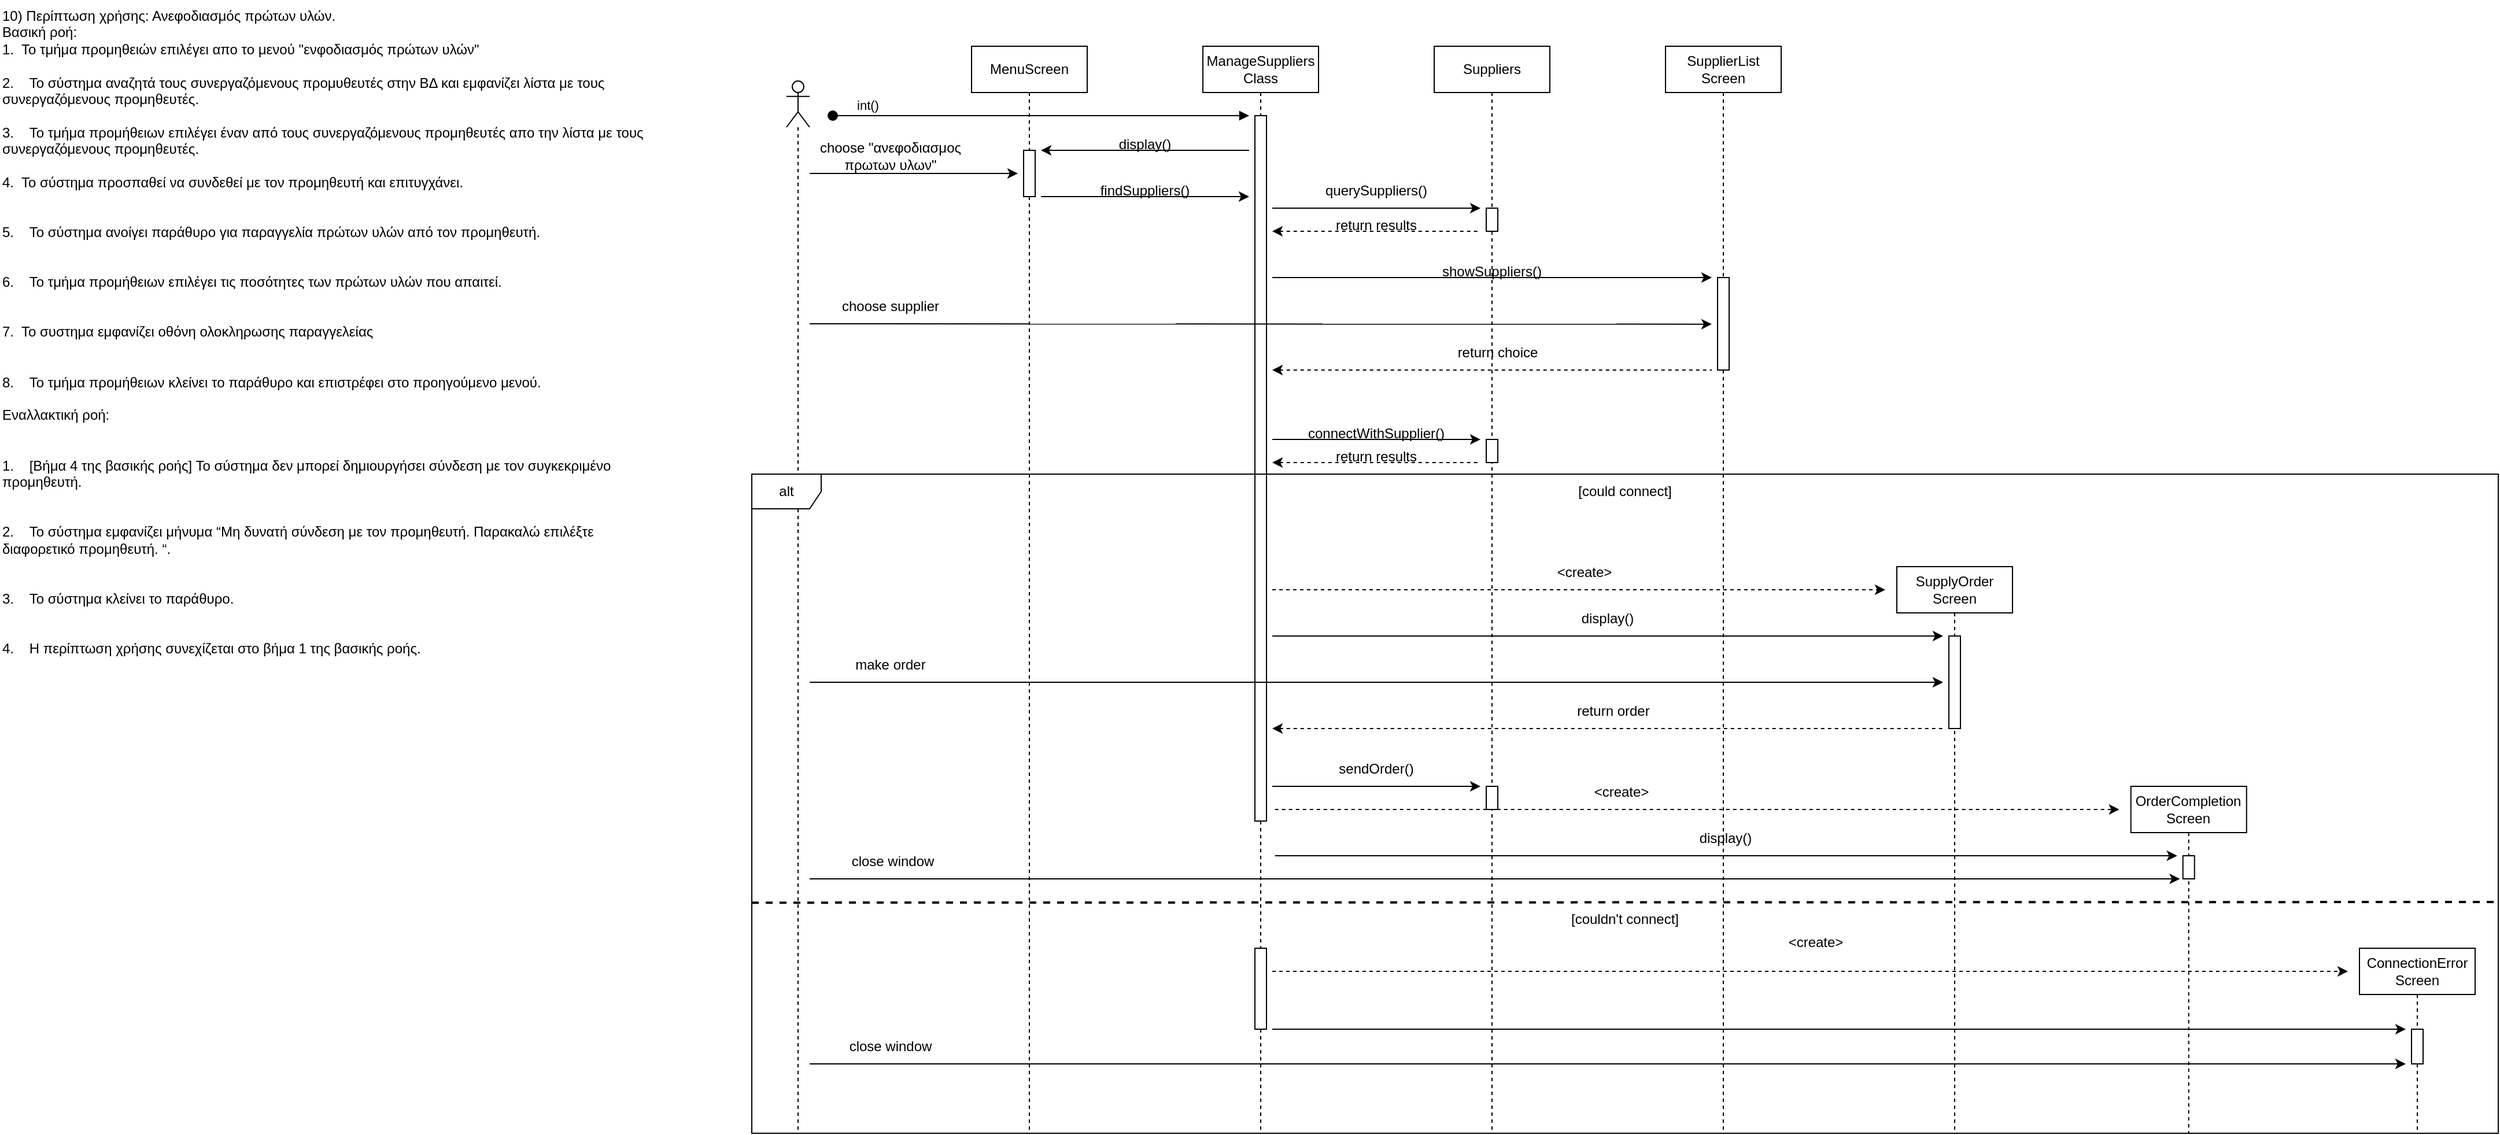
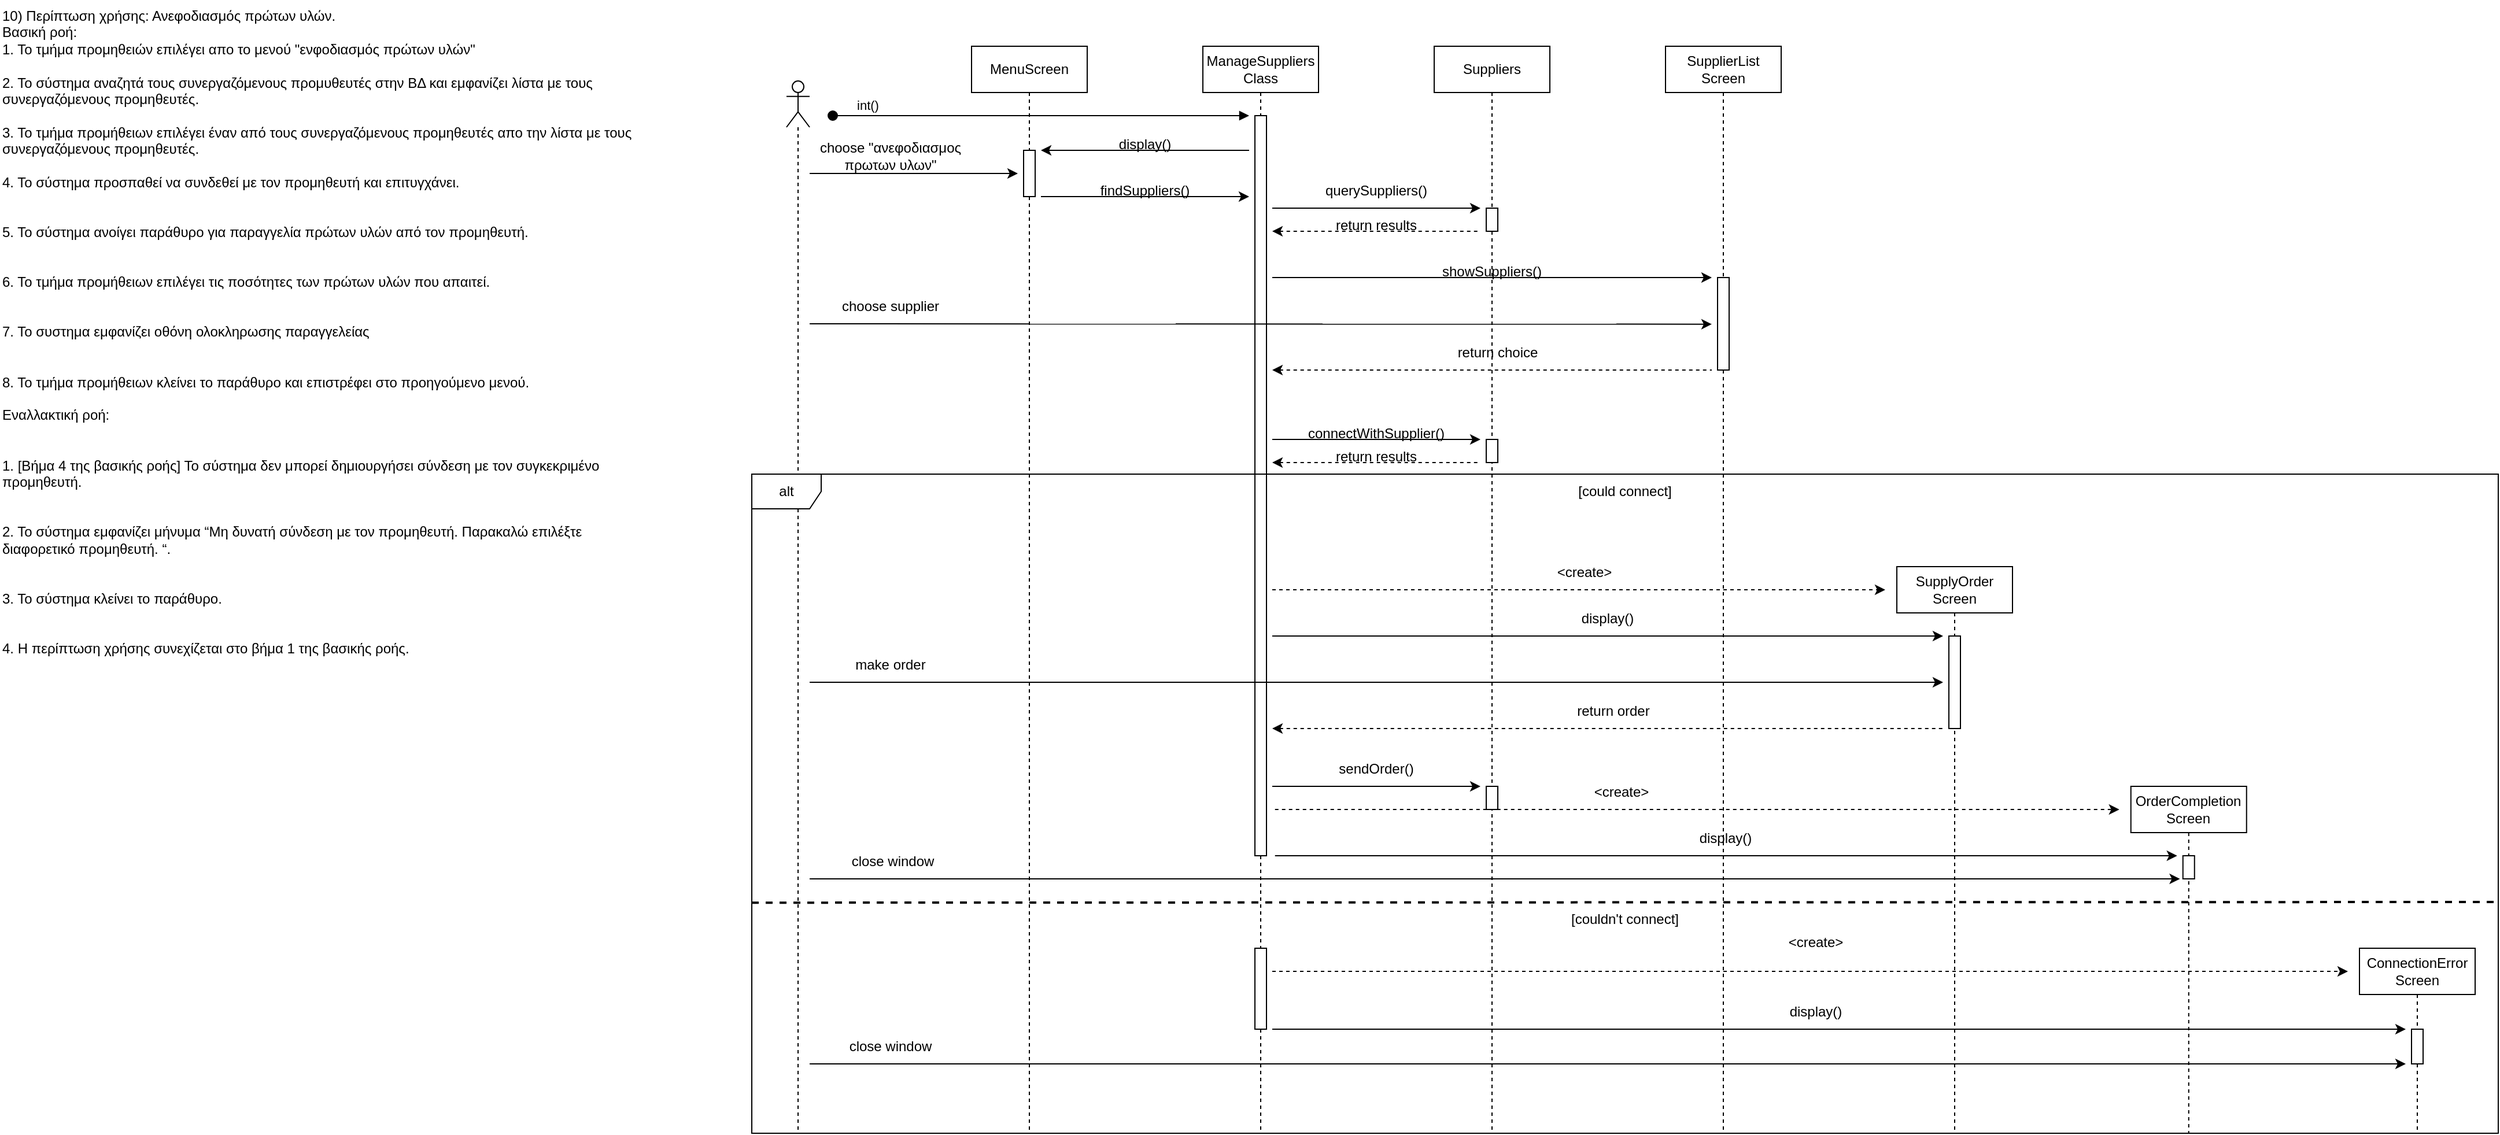
<mxfile host="Electron">
  <diagram name="Page-1" id="ynugujZIawzogecmN2KF">
-     <mxGraphModel dx="2264" dy="841" grid="1" gridSize="10" guides="1" tooltips="1" connect="1" arrows="1" fold="1" page="1" pageScale="1" pageWidth="850" pageHeight="1100" math="0" shadow="0">
+     <mxGraphModel dx="1765" dy="773" grid="1" gridSize="10" guides="1" tooltips="1" connect="1" arrows="1" fold="1" page="1" pageScale="1" pageWidth="850" pageHeight="1100" math="0" shadow="0">
      <root>
        <mxCell id="0" />
        <mxCell id="1" parent="0" />
-         <mxCell id="HVNQHJheMAaKemnErGm2-1" parent="1" style="text;whiteSpace=wrap;fontStyle=0" value="10) Περίπτωση χρήσης: Ανεφοδιασμός πρώτων υλών.&#xa;Βασική ροή:&#xa;1.  Το τμήμα προμηθειών επιλέγει απο το μενού &quot;ενφοδιασμός πρώτων υλών&quot;&#xa;&#xa;2.    Το σύστημα αναζητά τους συνεργαζόμενους προμυθευτές στην ΒΔ και εμφανίζει λίστα με τους συνεργαζόμενους προμηθευτές.&#xa;&#xa;3.    Το τμήμα προμήθειων επιλέγει έναν από τους συνεργαζόμενους προμηθευτές απο την λίστα με τους συνεργαζόμενους προμηθευτές.&#xa;&#xa;4.  Το σύστημα προσπαθεί να συνδεθεί με τον προμηθευτή και επιτυγχάνει.&#xa;&#xa;&#xa;5.    Το σύστημα ανοίγει παράθυρο για παραγγελία πρώτων υλών από τον προμηθευτή.&#xa;&#xa;&#xa;6.    Το τμήμα προμήθειων επιλέγει τις ποσότητες των πρώτων υλών που απαιτεί.&#xa;&#xa;&#xa;7.  Το συστημα εμφανίζει οθόνη ολοκληρωσης παραγγελείας&#xa;&#xa;&#xa;8.    Το τμήμα προμήθειων κλείνει το παράθυρο και επιστρέφει στο προηγούμενο μενού.&#xa;&#xa;Εναλλακτική ροή:&#xa;&#xa;&#xa;1.    [Βήμα 4 της βασικής ροής] Το σύστημα δεν μπορεί δημιουργήσει σύνδεση με τον συγκεκριμένο προμηθευτή.&#xa;&#xa;&#xa;2.    Το σύστημα εμφανίζει μήνυμα “Μη δυνατή σύνδεση με τον προμηθευτή. Παρακαλώ επιλέξτε διαφορετικό προμηθευτή. “.&#xa;&#xa;&#xa;3.    Το σύστημα κλείνει το παράθυρο.&#xa;&#xa;&#xa;4.    Η περίπτωση χρήσης συνεχίζεται στο βήμα 1 της βασικής ροής." vertex="1">
+         <mxCell id="HVNQHJheMAaKemnErGm2-1" parent="1" style="text;whiteSpace=wrap;fontStyle=0" value="10) Περίπτωση χρήσης: Ανεφοδιασμός πρώτων υλών.&#xa;Βασική ροή:&#xa;1.  Το τμήμα προμηθειών επιλέγει απο το μενού &quot;ενφοδιασμός πρώτων υλών&quot;&#xa;&#xa;2.    Το σύστημα αναζητά τους συνεργαζόμενους προμυθευτές στην ΒΔ και εμφανίζει λίστα με τους συνεργαζόμενους προμηθευτές.&#xa;&#xa;3.    Το τμήμα προμήθειων επιλέγει έναν από τους συνεργαζόμενους προμηθευτές απο την λίστα με τους συνεργαζόμενους προμηθευτές.&#xa;&#xa;4.  Το σύστημα προσπαθεί να συνδεθεί με τον προμηθευτή και επιτυγχάνει.&#xa;&#xa;&#xa;5.    Το σύστημα ανοίγει παράθυρο για παραγγελία πρώτων υλών από τον προμηθευτή.&#xa;&#xa;&#xa;6.    Το τμήμα προμήθειων επιλέγει τις ποσότητες των πρώτων υλών που απαιτεί.&#xa;&#xa;&#xa;7.  Το συστημα εμφανίζει οθόνη ολοκληρωσης παραγγελείας&#xa;&#xa;&#xa;8.    Το τμήμα προμήθειων κλείνει το παράθυρο και επιστρέφει στο προηγούμενο μενού.&#xa;&#xa;Εναλλακτική ροή:&#xa;&#xa;&#xa;1.    [Βήμα 4 της βασικής ροής] Το σύστημα δεν μπορεί δημιουργήσει σύνδεση με τον συγκεκριμένο προμηθευτή.&#xa;&#xa;&#xa;2.    Το σύστημα εμφανίζει μήνυμα “Μη δυνατή σύνδεση με τον προμηθευτή. Παρακαλώ επιλέξτε διαφορετικό προμηθευτή. “.&#xa;&#xa;&#xa;3.    Το σύστημα κλείνει το παράθυρο.&#xa;&#xa;&#xa;4.    Η περίπτωση χρήσης συνεχίζεται στο βήμα 1 της βασικής ροής." vertex="1">
          <mxGeometry height="580" width="560" x="-850" as="geometry" />
        </mxCell>
        <mxCell id="HVNQHJheMAaKemnErGm2-3" parent="1" style="shape=umlLifeline;perimeter=lifelinePerimeter;whiteSpace=wrap;html=1;container=1;dropTarget=0;collapsible=0;recursiveResize=0;outlineConnect=0;portConstraint=eastwest;newEdgeStyle={&quot;curved&quot;:0,&quot;rounded&quot;:0};participant=umlActor;" value="" vertex="1">
          <mxGeometry height="910" width="20" x="-170" y="70" as="geometry" />
        </mxCell>
        <mxCell id="HVNQHJheMAaKemnErGm2-4" parent="1" style="shape=umlLifeline;perimeter=lifelinePerimeter;whiteSpace=wrap;html=1;container=1;dropTarget=0;collapsible=0;recursiveResize=0;outlineConnect=0;portConstraint=eastwest;newEdgeStyle={&quot;curved&quot;:0,&quot;rounded&quot;:0};" value="MenuScreen" vertex="1">
          <mxGeometry height="940" width="100" x="-10" y="40" as="geometry" />
        </mxCell>
        <mxCell id="HVNQHJheMAaKemnErGm2-12" parent="HVNQHJheMAaKemnErGm2-4" style="html=1;points=[[0,0,0,0,5],[0,1,0,0,-5],[1,0,0,0,5],[1,1,0,0,-5]];perimeter=orthogonalPerimeter;outlineConnect=0;targetShapes=umlLifeline;portConstraint=eastwest;newEdgeStyle={&quot;curved&quot;:0,&quot;rounded&quot;:0};" value="" vertex="1">
          <mxGeometry height="40" width="10" x="45" y="90" as="geometry" />
        </mxCell>
        <mxCell id="HVNQHJheMAaKemnErGm2-5" parent="1" style="shape=umlLifeline;perimeter=lifelinePerimeter;whiteSpace=wrap;html=1;container=1;dropTarget=0;collapsible=0;recursiveResize=0;outlineConnect=0;portConstraint=eastwest;newEdgeStyle={&quot;curved&quot;:0,&quot;rounded&quot;:0};" value="Suppliers" vertex="1">
          <mxGeometry height="940" width="100" x="390" y="40" as="geometry" />
        </mxCell>
        <mxCell id="HVNQHJheMAaKemnErGm2-21" parent="HVNQHJheMAaKemnErGm2-5" style="html=1;points=[[0,0,0,0,5],[0,1,0,0,-5],[1,0,0,0,5],[1,1,0,0,-5]];perimeter=orthogonalPerimeter;outlineConnect=0;targetShapes=umlLifeline;portConstraint=eastwest;newEdgeStyle={&quot;curved&quot;:0,&quot;rounded&quot;:0};" value="" vertex="1">
          <mxGeometry height="20" width="10" x="45" y="140" as="geometry" />
        </mxCell>
        <mxCell id="HVNQHJheMAaKemnErGm2-33" parent="HVNQHJheMAaKemnErGm2-5" style="html=1;points=[[0,0,0,0,5],[0,1,0,0,-5],[1,0,0,0,5],[1,1,0,0,-5]];perimeter=orthogonalPerimeter;outlineConnect=0;targetShapes=umlLifeline;portConstraint=eastwest;newEdgeStyle={&quot;curved&quot;:0,&quot;rounded&quot;:0};" value="" vertex="1">
          <mxGeometry height="20" width="10" x="45" y="340" as="geometry" />
        </mxCell>
        <mxCell id="HVNQHJheMAaKemnErGm2-68" edge="1" parent="HVNQHJheMAaKemnErGm2-5" style="edgeStyle=none;orthogonalLoop=1;jettySize=auto;html=1;rounded=0;" value="">
          <mxGeometry relative="1" width="100" as="geometry">
            <Array as="points" />
            <mxPoint x="-140" y="640" as="sourcePoint" />
            <mxPoint x="40" y="640" as="targetPoint" />
          </mxGeometry>
        </mxCell>
        <mxCell id="HVNQHJheMAaKemnErGm2-67" parent="HVNQHJheMAaKemnErGm2-5" style="html=1;points=[[0,0,0,0,5],[0,1,0,0,-5],[1,0,0,0,5],[1,1,0,0,-5]];perimeter=orthogonalPerimeter;outlineConnect=0;targetShapes=umlLifeline;portConstraint=eastwest;newEdgeStyle={&quot;curved&quot;:0,&quot;rounded&quot;:0};" value="" vertex="1">
          <mxGeometry height="20" width="10" x="45" y="640" as="geometry" />
        </mxCell>
        <mxCell id="HVNQHJheMAaKemnErGm2-6" parent="1" style="shape=umlLifeline;perimeter=lifelinePerimeter;whiteSpace=wrap;html=1;container=1;dropTarget=0;collapsible=0;recursiveResize=0;outlineConnect=0;portConstraint=eastwest;newEdgeStyle={&quot;curved&quot;:0,&quot;rounded&quot;:0};" value="SupplyOrder Screen" vertex="1">
          <mxGeometry height="490" width="100" x="790" y="490" as="geometry" />
        </mxCell>
        <mxCell id="HVNQHJheMAaKemnErGm2-40" parent="HVNQHJheMAaKemnErGm2-6" style="html=1;points=[[0,0,0,0,5],[0,1,0,0,-5],[1,0,0,0,5],[1,1,0,0,-5]];perimeter=orthogonalPerimeter;outlineConnect=0;targetShapes=umlLifeline;portConstraint=eastwest;newEdgeStyle={&quot;curved&quot;:0,&quot;rounded&quot;:0};" value="" vertex="1">
          <mxGeometry height="80" width="10" x="45" y="60" as="geometry" />
        </mxCell>
        <mxCell id="HVNQHJheMAaKemnErGm2-7" parent="1" style="shape=umlLifeline;perimeter=lifelinePerimeter;whiteSpace=wrap;html=1;container=1;dropTarget=0;collapsible=0;recursiveResize=0;outlineConnect=0;portConstraint=eastwest;newEdgeStyle={&quot;curved&quot;:0,&quot;rounded&quot;:0};" value="SupplierList Screen" vertex="1">
          <mxGeometry height="940" width="100" x="590" y="40" as="geometry" />
        </mxCell>
        <mxCell id="HVNQHJheMAaKemnErGm2-25" parent="HVNQHJheMAaKemnErGm2-7" style="html=1;points=[[0,0,0,0,5],[0,1,0,0,-5],[1,0,0,0,5],[1,1,0,0,-5]];perimeter=orthogonalPerimeter;outlineConnect=0;targetShapes=umlLifeline;portConstraint=eastwest;newEdgeStyle={&quot;curved&quot;:0,&quot;rounded&quot;:0};" value="" vertex="1">
          <mxGeometry height="80" width="10" x="45" y="200" as="geometry" />
        </mxCell>
        <mxCell id="HVNQHJheMAaKemnErGm2-8" parent="1" style="shape=umlLifeline;perimeter=lifelinePerimeter;whiteSpace=wrap;html=1;container=1;dropTarget=0;collapsible=0;recursiveResize=0;outlineConnect=0;portConstraint=eastwest;newEdgeStyle={&quot;curved&quot;:0,&quot;rounded&quot;:0};" value="OrderCompletion Screen" vertex="1">
          <mxGeometry height="300" width="100" x="992.37" y="680" as="geometry" />
        </mxCell>
        <mxCell id="HVNQHJheMAaKemnErGm2-51" parent="HVNQHJheMAaKemnErGm2-8" style="html=1;points=[[0,0,0,0,5],[0,1,0,0,-5],[1,0,0,0,5],[1,1,0,0,-5]];perimeter=orthogonalPerimeter;outlineConnect=0;targetShapes=umlLifeline;portConstraint=eastwest;newEdgeStyle={&quot;curved&quot;:0,&quot;rounded&quot;:0};" value="" vertex="1">
          <mxGeometry height="20" width="10" x="45" y="60" as="geometry" />
        </mxCell>
        <mxCell id="HVNQHJheMAaKemnErGm2-9" parent="1" style="shape=umlLifeline;perimeter=lifelinePerimeter;whiteSpace=wrap;html=1;container=1;dropTarget=0;collapsible=0;recursiveResize=0;outlineConnect=0;portConstraint=eastwest;newEdgeStyle={&quot;curved&quot;:0,&quot;rounded&quot;:0};" value="ManageSuppliers Class" vertex="1">
          <mxGeometry height="940" width="100" x="190" y="40" as="geometry" />
        </mxCell>
        <mxCell id="HVNQHJheMAaKemnErGm2-10" parent="HVNQHJheMAaKemnErGm2-9" style="html=1;points=[[0,0,0,0,5],[0,1,0,0,-5],[1,0,0,0,5],[1,1,0,0,-5]];perimeter=orthogonalPerimeter;outlineConnect=0;targetShapes=umlLifeline;portConstraint=eastwest;newEdgeStyle={&quot;curved&quot;:0,&quot;rounded&quot;:0};" value="" vertex="1">
-           <mxGeometry height="610" width="10" x="45" y="60" as="geometry" />
+           <mxGeometry height="640" width="10" x="45" y="60" as="geometry" />
        </mxCell>
        <mxCell id="HVNQHJheMAaKemnErGm2-11" edge="1" parent="1" style="html=1;verticalAlign=bottom;startArrow=oval;startFill=1;endArrow=block;startSize=8;curved=0;rounded=0;" value="int()">
          <mxGeometry relative="1" width="60" x="-0.8333" as="geometry">
            <mxPoint as="offset" />
            <mxPoint x="-130" y="100" as="sourcePoint" />
            <mxPoint x="230" y="100" as="targetPoint" />
          </mxGeometry>
        </mxCell>
        <mxCell id="HVNQHJheMAaKemnErGm2-13" edge="1" parent="1" style="edgeStyle=none;orthogonalLoop=1;jettySize=auto;html=1;rounded=0;startArrow=classic;startFill=1;endArrow=none;endFill=0;" value="">
          <mxGeometry relative="1" width="100" as="geometry">
            <Array as="points" />
            <mxPoint x="50" y="130" as="sourcePoint" />
            <mxPoint x="230" y="130" as="targetPoint" />
          </mxGeometry>
        </mxCell>
        <mxCell id="HVNQHJheMAaKemnErGm2-14" parent="1" style="text;html=1;whiteSpace=wrap;strokeColor=none;fillColor=none;align=center;verticalAlign=middle;rounded=0;" value="display()" vertex="1">
          <mxGeometry height="30" width="60" x="110" y="110" as="geometry" />
        </mxCell>
        <mxCell id="HVNQHJheMAaKemnErGm2-15" edge="1" parent="1" style="edgeStyle=none;orthogonalLoop=1;jettySize=auto;html=1;rounded=0;" value="">
          <mxGeometry relative="1" width="100" as="geometry">
            <Array as="points" />
            <mxPoint x="-150" y="150" as="sourcePoint" />
            <mxPoint x="30" y="150" as="targetPoint" />
          </mxGeometry>
        </mxCell>
        <mxCell id="HVNQHJheMAaKemnErGm2-16" parent="1" style="text;html=1;whiteSpace=wrap;strokeColor=none;fillColor=none;align=center;verticalAlign=middle;rounded=0;" value="choose &quot;ανεφοδιασμος πρωτων υλων&quot;" vertex="1">
          <mxGeometry height="30" width="130" x="-145" y="120" as="geometry" />
        </mxCell>
        <mxCell id="HVNQHJheMAaKemnErGm2-17" edge="1" parent="1" style="edgeStyle=none;orthogonalLoop=1;jettySize=auto;html=1;rounded=0;" value="">
          <mxGeometry relative="1" width="100" as="geometry">
            <Array as="points" />
            <mxPoint x="50" y="170" as="sourcePoint" />
            <mxPoint x="230" y="170" as="targetPoint" />
          </mxGeometry>
        </mxCell>
        <mxCell id="HVNQHJheMAaKemnErGm2-18" parent="1" style="text;html=1;whiteSpace=wrap;strokeColor=none;fillColor=none;align=center;verticalAlign=middle;rounded=0;" value="findSuppliers()" vertex="1">
          <mxGeometry height="30" width="60" x="110" y="150" as="geometry" />
        </mxCell>
        <mxCell id="HVNQHJheMAaKemnErGm2-19" edge="1" parent="1" style="edgeStyle=none;orthogonalLoop=1;jettySize=auto;html=1;rounded=0;" value="">
          <mxGeometry relative="1" width="100" as="geometry">
            <Array as="points" />
            <mxPoint x="250" y="180" as="sourcePoint" />
            <mxPoint x="430" y="180" as="targetPoint" />
          </mxGeometry>
        </mxCell>
        <mxCell id="HVNQHJheMAaKemnErGm2-20" parent="1" style="text;html=1;whiteSpace=wrap;strokeColor=none;fillColor=none;align=center;verticalAlign=middle;rounded=0;" value="querySuppliers()" vertex="1">
          <mxGeometry height="30" width="60" x="310" y="150" as="geometry" />
        </mxCell>
        <mxCell id="HVNQHJheMAaKemnErGm2-22" edge="1" parent="1" style="edgeStyle=none;orthogonalLoop=1;jettySize=auto;html=1;rounded=0;startArrow=classic;startFill=1;endArrow=none;endFill=0;dashed=1;" value="">
          <mxGeometry relative="1" width="100" as="geometry">
            <Array as="points" />
            <mxPoint x="250" y="200" as="sourcePoint" />
            <mxPoint x="430" y="200" as="targetPoint" />
          </mxGeometry>
        </mxCell>
        <mxCell id="HVNQHJheMAaKemnErGm2-23" parent="1" style="text;html=1;whiteSpace=wrap;strokeColor=none;fillColor=none;align=center;verticalAlign=middle;rounded=0;" value="return results" vertex="1">
          <mxGeometry height="30" width="80" x="300" y="180" as="geometry" />
        </mxCell>
        <mxCell id="HVNQHJheMAaKemnErGm2-24" edge="1" parent="1" style="edgeStyle=none;orthogonalLoop=1;jettySize=auto;html=1;rounded=0;" value="">
          <mxGeometry relative="1" width="100" as="geometry">
            <Array as="points" />
            <mxPoint x="250" y="240" as="sourcePoint" />
            <mxPoint x="630" y="240" as="targetPoint" />
          </mxGeometry>
        </mxCell>
        <mxCell id="HVNQHJheMAaKemnErGm2-27" parent="1" style="text;html=1;whiteSpace=wrap;strokeColor=none;fillColor=none;align=center;verticalAlign=middle;rounded=0;" value="showSuppliers()" vertex="1">
          <mxGeometry height="30" width="60" x="410" y="220" as="geometry" />
        </mxCell>
        <mxCell id="HVNQHJheMAaKemnErGm2-28" edge="1" parent="1" style="edgeStyle=none;orthogonalLoop=1;jettySize=auto;html=1;rounded=0;" value="">
          <mxGeometry relative="1" width="100" as="geometry">
            <Array as="points" />
            <mxPoint x="-150" y="280" as="sourcePoint" />
            <mxPoint x="630" y="280.34" as="targetPoint" />
          </mxGeometry>
        </mxCell>
        <mxCell id="HVNQHJheMAaKemnErGm2-29" parent="1" style="text;html=1;whiteSpace=wrap;strokeColor=none;fillColor=none;align=center;verticalAlign=middle;rounded=0;" value="choose supplier" vertex="1">
          <mxGeometry height="30" width="100" x="-130" y="250" as="geometry" />
        </mxCell>
        <mxCell id="HVNQHJheMAaKemnErGm2-30" edge="1" parent="1" style="edgeStyle=none;orthogonalLoop=1;jettySize=auto;html=1;rounded=0;startArrow=classic;startFill=1;endArrow=none;endFill=0;dashed=1;" value="">
          <mxGeometry relative="1" width="100" as="geometry">
            <Array as="points" />
            <mxPoint x="250" y="320" as="sourcePoint" />
            <mxPoint x="630" y="320" as="targetPoint" />
          </mxGeometry>
        </mxCell>
        <mxCell id="HVNQHJheMAaKemnErGm2-31" parent="1" style="text;html=1;whiteSpace=wrap;strokeColor=none;fillColor=none;align=center;verticalAlign=middle;rounded=0;" value="return choice" vertex="1">
          <mxGeometry height="30" width="90" x="400" y="290" as="geometry" />
        </mxCell>
        <mxCell id="HVNQHJheMAaKemnErGm2-32" edge="1" parent="1" style="edgeStyle=none;orthogonalLoop=1;jettySize=auto;html=1;rounded=0;startArrow=none;startFill=0;endArrow=classic;endFill=1;" value="">
          <mxGeometry relative="1" width="100" as="geometry">
            <Array as="points" />
            <mxPoint x="250" y="380" as="sourcePoint" />
            <mxPoint x="430" y="380" as="targetPoint" />
          </mxGeometry>
        </mxCell>
        <mxCell id="HVNQHJheMAaKemnErGm2-34" parent="1" style="text;html=1;whiteSpace=wrap;strokeColor=none;fillColor=none;align=center;verticalAlign=middle;rounded=0;" value="connectWithSupplier()" vertex="1">
          <mxGeometry height="30" width="60" x="310" y="360" as="geometry" />
        </mxCell>
        <mxCell id="HVNQHJheMAaKemnErGm2-35" edge="1" parent="1" style="edgeStyle=none;orthogonalLoop=1;jettySize=auto;html=1;rounded=0;startArrow=classic;startFill=1;endArrow=none;endFill=0;dashed=1;" value="">
          <mxGeometry relative="1" width="100" as="geometry">
            <Array as="points" />
            <mxPoint x="250" y="400" as="sourcePoint" />
            <mxPoint x="430" y="400" as="targetPoint" />
          </mxGeometry>
        </mxCell>
        <mxCell id="HVNQHJheMAaKemnErGm2-36" parent="1" style="text;html=1;whiteSpace=wrap;strokeColor=none;fillColor=none;align=center;verticalAlign=middle;rounded=0;" value="return results" vertex="1">
          <mxGeometry height="30" width="80" x="300" y="380" as="geometry" />
        </mxCell>
        <mxCell id="HVNQHJheMAaKemnErGm2-37" edge="1" parent="1" style="edgeStyle=none;orthogonalLoop=1;jettySize=auto;html=1;rounded=0;dashed=1;" value="">
          <mxGeometry relative="1" width="100" as="geometry">
            <Array as="points" />
            <mxPoint x="250" y="510" as="sourcePoint" />
            <mxPoint x="780" y="510" as="targetPoint" />
          </mxGeometry>
        </mxCell>
        <mxCell id="HVNQHJheMAaKemnErGm2-38" parent="1" style="text;html=1;whiteSpace=wrap;strokeColor=none;fillColor=none;align=center;verticalAlign=middle;rounded=0;" value="&amp;lt;create&amp;gt;" vertex="1">
          <mxGeometry height="30" width="60" x="490" y="480" as="geometry" />
        </mxCell>
        <mxCell id="HVNQHJheMAaKemnErGm2-39" edge="1" parent="1" style="edgeStyle=none;orthogonalLoop=1;jettySize=auto;html=1;rounded=0;" value="">
          <mxGeometry relative="1" width="100" as="geometry">
            <Array as="points" />
            <mxPoint x="250" y="550" as="sourcePoint" />
            <mxPoint x="830" y="550" as="targetPoint" />
          </mxGeometry>
        </mxCell>
        <mxCell id="HVNQHJheMAaKemnErGm2-41" parent="1" style="text;html=1;whiteSpace=wrap;strokeColor=none;fillColor=none;align=center;verticalAlign=middle;rounded=0;" value="display()" vertex="1">
          <mxGeometry height="30" width="60" x="510" y="520" as="geometry" />
        </mxCell>
        <mxCell id="HVNQHJheMAaKemnErGm2-42" edge="1" parent="1" style="edgeStyle=none;orthogonalLoop=1;jettySize=auto;html=1;rounded=0;" value="">
          <mxGeometry relative="1" width="100" as="geometry">
            <Array as="points" />
            <mxPoint x="-150" y="590" as="sourcePoint" />
            <mxPoint x="830" y="590" as="targetPoint" />
          </mxGeometry>
        </mxCell>
        <mxCell id="HVNQHJheMAaKemnErGm2-43" parent="1" style="text;html=1;whiteSpace=wrap;strokeColor=none;fillColor=none;align=center;verticalAlign=middle;rounded=0;" value="make order" vertex="1">
          <mxGeometry height="30" width="70" x="-115" y="560" as="geometry" />
        </mxCell>
        <mxCell id="HVNQHJheMAaKemnErGm2-44" edge="1" parent="1" style="edgeStyle=none;orthogonalLoop=1;jettySize=auto;html=1;rounded=0;startArrow=classic;startFill=1;endArrow=none;endFill=0;dashed=1;" value="">
          <mxGeometry relative="1" width="100" as="geometry">
            <Array as="points" />
            <mxPoint x="250" y="630" as="sourcePoint" />
            <mxPoint x="830" y="630" as="targetPoint" />
          </mxGeometry>
        </mxCell>
        <mxCell id="HVNQHJheMAaKemnErGm2-45" parent="1" style="text;html=1;whiteSpace=wrap;strokeColor=none;fillColor=none;align=center;verticalAlign=middle;rounded=0;" value="return order" vertex="1">
          <mxGeometry height="30" width="70" x="510" y="600" as="geometry" />
        </mxCell>
        <mxCell id="HVNQHJheMAaKemnErGm2-46" edge="1" parent="1" style="edgeStyle=none;orthogonalLoop=1;jettySize=auto;html=1;rounded=0;dashed=1;" value="">
          <mxGeometry relative="1" width="100" as="geometry">
            <Array as="points" />
            <mxPoint x="252.37" y="700" as="sourcePoint" />
            <mxPoint x="982.37" y="700" as="targetPoint" />
          </mxGeometry>
        </mxCell>
        <mxCell id="HVNQHJheMAaKemnErGm2-47" parent="1" style="text;html=1;whiteSpace=wrap;strokeColor=none;fillColor=none;align=center;verticalAlign=middle;rounded=0;" value="&amp;lt;create&amp;gt;" vertex="1">
          <mxGeometry height="30" width="60" x="522.37" y="670" as="geometry" />
        </mxCell>
        <mxCell id="HVNQHJheMAaKemnErGm2-49" edge="1" parent="1" style="edgeStyle=none;orthogonalLoop=1;jettySize=auto;html=1;rounded=0;" value="">
          <mxGeometry relative="1" width="100" as="geometry">
            <Array as="points" />
            <mxPoint x="252.37" y="740" as="sourcePoint" />
            <mxPoint x="1032.37" y="740" as="targetPoint" />
          </mxGeometry>
        </mxCell>
        <mxCell id="HVNQHJheMAaKemnErGm2-50" parent="1" style="text;html=1;whiteSpace=wrap;strokeColor=none;fillColor=none;align=center;verticalAlign=middle;rounded=0;" value="display()" vertex="1">
          <mxGeometry height="30" width="60" x="612.37" y="710" as="geometry" />
        </mxCell>
        <mxCell id="HVNQHJheMAaKemnErGm2-52" edge="1" parent="1" style="edgeStyle=none;orthogonalLoop=1;jettySize=auto;html=1;rounded=0;" value="">
          <mxGeometry relative="1" width="100" as="geometry">
            <Array as="points" />
            <mxPoint x="-150" y="760" as="sourcePoint" />
            <mxPoint x="1034.75" y="760" as="targetPoint" />
          </mxGeometry>
        </mxCell>
        <mxCell id="HVNQHJheMAaKemnErGm2-53" parent="1" style="text;html=1;whiteSpace=wrap;strokeColor=none;fillColor=none;align=center;verticalAlign=middle;rounded=0;" value="close window" vertex="1">
          <mxGeometry height="30" width="80" x="-117.63" y="730" as="geometry" />
        </mxCell>
        <mxCell id="HVNQHJheMAaKemnErGm2-54" edge="1" parent="1" style="edgeStyle=none;orthogonalLoop=1;jettySize=auto;html=1;rounded=0;endArrow=none;endFill=0;dashed=1;strokeWidth=2;entryX=0.998;entryY=0.613;entryDx=0;entryDy=0;entryPerimeter=0;" value="">
          <mxGeometry relative="1" width="100" as="geometry">
            <Array as="points" />
            <mxPoint x="-200" y="780.59" as="sourcePoint" />
            <mxPoint x="1306.9799999999996" y="779.9999999999999" as="targetPoint" />
          </mxGeometry>
        </mxCell>
        <mxCell id="HVNQHJheMAaKemnErGm2-55" parent="1" style="shape=umlFrame;whiteSpace=wrap;html=1;pointerEvents=0;" value="alt" vertex="1">
          <mxGeometry height="570" width="1510" x="-200" y="410" as="geometry" />
        </mxCell>
        <mxCell id="HVNQHJheMAaKemnErGm2-56" parent="1" style="text;html=1;whiteSpace=wrap;strokeColor=none;fillColor=none;align=center;verticalAlign=middle;rounded=0;" value="[could connect]" vertex="1">
          <mxGeometry height="30" width="100" x="505" y="410" as="geometry" />
        </mxCell>
        <mxCell id="HVNQHJheMAaKemnErGm2-57" parent="1" style="text;html=1;whiteSpace=wrap;strokeColor=none;fillColor=none;align=center;verticalAlign=middle;rounded=0;" value="[couldn&#39;t connect]" vertex="1">
          <mxGeometry height="30" width="110" x="500" y="780" as="geometry" />
        </mxCell>
        <mxCell id="HVNQHJheMAaKemnErGm2-58" parent="1" style="html=1;points=[[0,0,0,0,5],[0,1,0,0,-5],[1,0,0,0,5],[1,1,0,0,-5]];perimeter=orthogonalPerimeter;outlineConnect=0;targetShapes=umlLifeline;portConstraint=eastwest;newEdgeStyle={&quot;curved&quot;:0,&quot;rounded&quot;:0};" value="" vertex="1">
          <mxGeometry height="70" width="10" x="235" y="820" as="geometry" />
        </mxCell>
        <mxCell id="HVNQHJheMAaKemnErGm2-59" parent="1" style="shape=umlLifeline;whiteSpace=wrap;html=1;container=1;dropTarget=0;collapsible=0;recursiveResize=0;outlineConnect=0;portConstraint=eastwest;newEdgeStyle={&quot;curved&quot;:0,&quot;rounded&quot;:0};points=[[0,0,0,0,5],[0,1,0,0,-5],[1,0,0,0,5],[1,1,0,0,-5]];perimeter=rectanglePerimeter;targetShapes=umlLifeline;participant=label;" value="ConnectionError Screen" vertex="1">
          <mxGeometry height="160" width="100" x="1190" y="820" as="geometry" />
        </mxCell>
        <mxCell id="HVNQHJheMAaKemnErGm2-63" parent="HVNQHJheMAaKemnErGm2-59" style="html=1;points=[[0,0,0,0,5],[0,1,0,0,-5],[1,0,0,0,5],[1,1,0,0,-5]];perimeter=orthogonalPerimeter;outlineConnect=0;targetShapes=umlLifeline;portConstraint=eastwest;newEdgeStyle={&quot;curved&quot;:0,&quot;rounded&quot;:0};" value="" vertex="1">
          <mxGeometry height="30" width="10" x="45" y="70" as="geometry" />
        </mxCell>
        <mxCell id="HVNQHJheMAaKemnErGm2-60" edge="1" parent="1" style="edgeStyle=none;orthogonalLoop=1;jettySize=auto;html=1;rounded=0;dashed=1;" value="">
          <mxGeometry relative="1" width="100" as="geometry">
            <Array as="points" />
            <mxPoint x="250" y="840" as="sourcePoint" />
            <mxPoint x="1180" y="840" as="targetPoint" />
          </mxGeometry>
        </mxCell>
        <mxCell id="HVNQHJheMAaKemnErGm2-61" parent="1" style="text;html=1;whiteSpace=wrap;strokeColor=none;fillColor=none;align=center;verticalAlign=middle;rounded=0;" value="&amp;lt;create&amp;gt;" vertex="1">
          <mxGeometry height="30" width="60" x="690" y="800" as="geometry" />
        </mxCell>
        <mxCell id="HVNQHJheMAaKemnErGm2-62" edge="1" parent="1" style="edgeStyle=none;orthogonalLoop=1;jettySize=auto;html=1;rounded=0;" value="">
          <mxGeometry relative="1" width="100" as="geometry">
            <Array as="points" />
            <mxPoint x="250" y="890" as="sourcePoint" />
            <mxPoint x="1230" y="890" as="targetPoint" />
          </mxGeometry>
        </mxCell>
        <mxCell id="HVNQHJheMAaKemnErGm2-64" edge="1" parent="1" style="edgeStyle=none;orthogonalLoop=1;jettySize=auto;html=1;rounded=0;" value="">
          <mxGeometry relative="1" width="100" as="geometry">
            <Array as="points" />
            <mxPoint x="-150" y="920" as="sourcePoint" />
            <mxPoint x="1230" y="920" as="targetPoint" />
          </mxGeometry>
        </mxCell>
        <mxCell id="HVNQHJheMAaKemnErGm2-65" parent="1" style="text;html=1;whiteSpace=wrap;strokeColor=none;fillColor=none;align=center;verticalAlign=middle;rounded=0;" value="close window" vertex="1">
          <mxGeometry height="30" width="80" x="-120" y="890" as="geometry" />
        </mxCell>
        <mxCell id="HVNQHJheMAaKemnErGm2-69" parent="1" style="text;html=1;whiteSpace=wrap;strokeColor=none;fillColor=none;align=center;verticalAlign=middle;rounded=0;" value="sendOrder()" vertex="1">
          <mxGeometry height="30" width="60" x="310" y="650" as="geometry" />
        </mxCell>
+         <mxCell id="6giTq4wWmCBdn4ufJC1B-1" parent="1" style="text;html=1;whiteSpace=wrap;strokeColor=none;fillColor=none;align=center;verticalAlign=middle;rounded=0;" value="display()" vertex="1">
+           <mxGeometry height="30" width="60" x="690" y="860" as="geometry" />
+         </mxCell>
      </root>
    </mxGraphModel>
  </diagram>
</mxfile>
